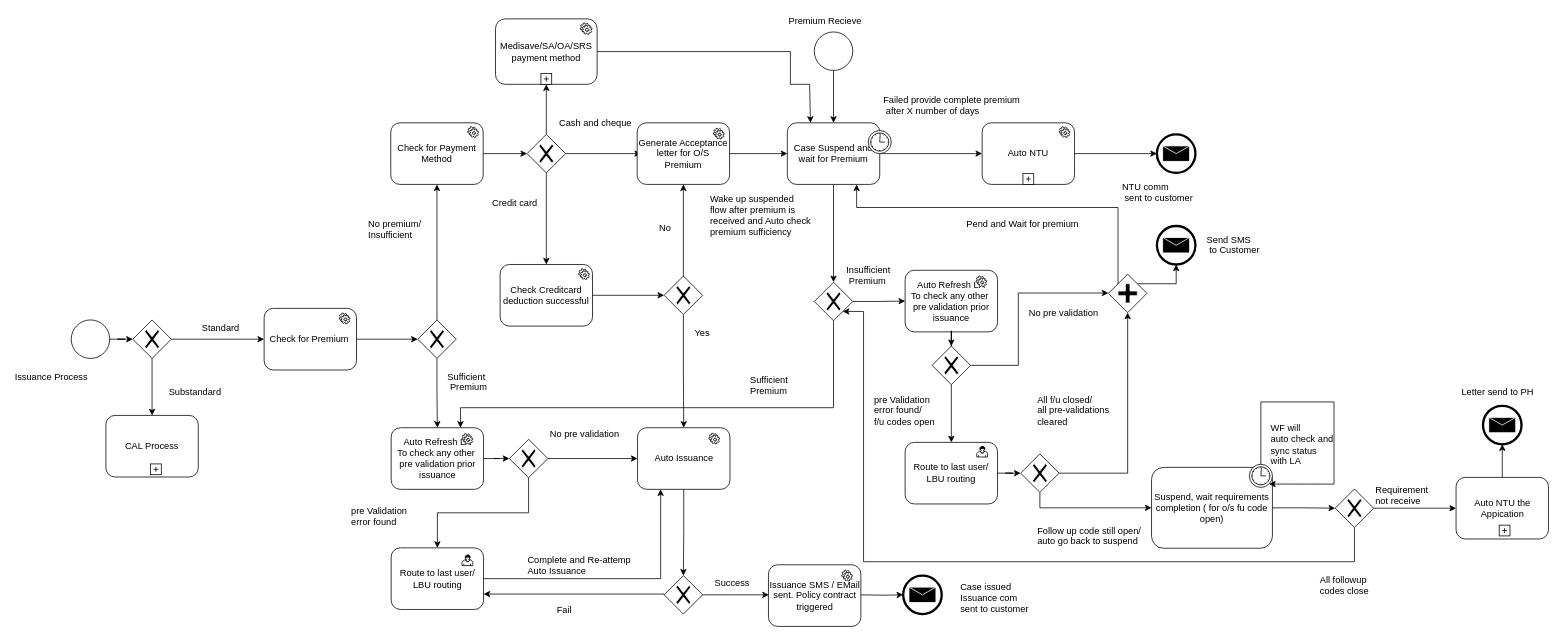
The draw.io diagram page "Issuance Process" (4 of 6) of Untitled Diagram.drawio in Jefferzonlee/WorkFlow-BPR, before the edit. Source tidied: cells renumbered, new cells numbered last; positions are measured from the earlier drawing's top-left corner, leaving out a move shared by most shapes. Both pictures are drawn from the tidied source at 77%, with x=0, y=0 at pixel (13, 13).
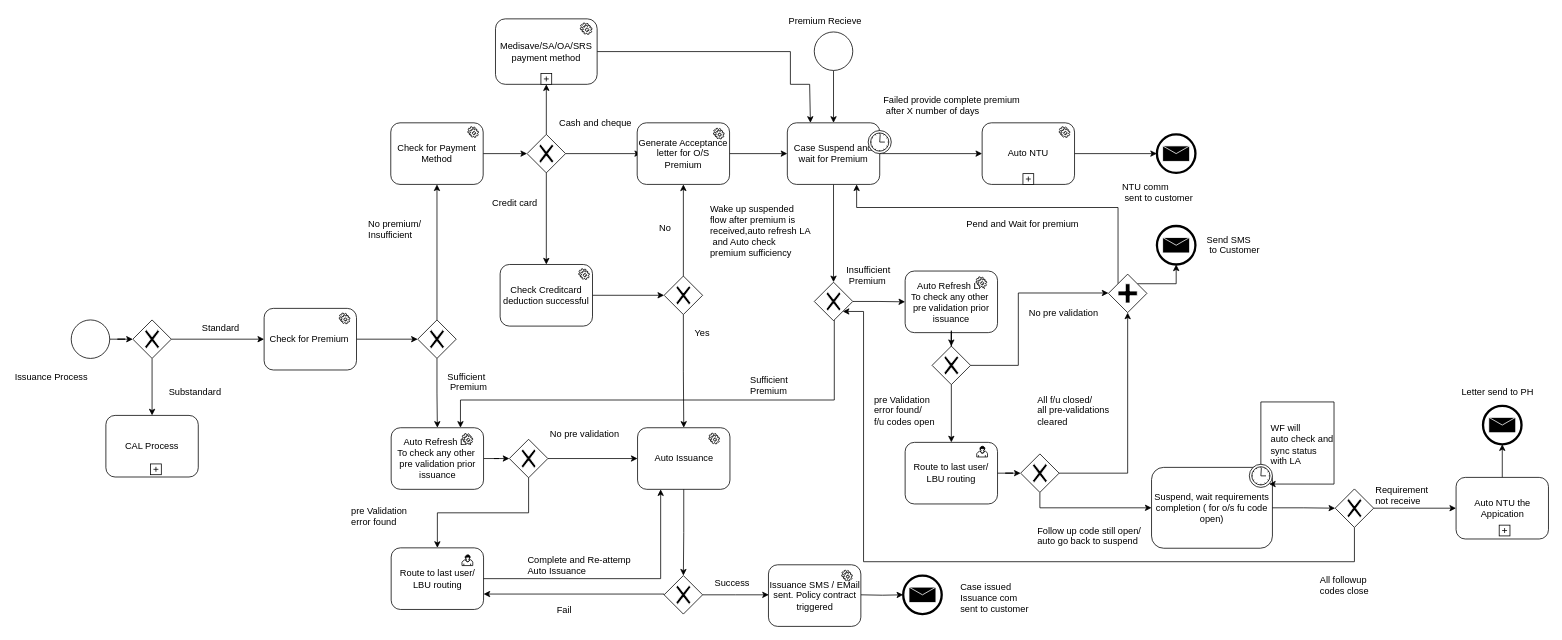
After the change.

The change refers to these unchanged cells:
```xml
<mxCell id="52" style="shape=mxgraph.bpmn.shape;html=1;verticalLabelPosition=bottom;labelBackgroundColor=#ffffff;verticalAlign=top;align=center;perimeter=rhombusPerimeter;background=gateway;outlineConnect=0;outline=none;symbol=exclusiveGw;" parent="1" vertex="1">
  <mxGeometry x="1040" y="349" width="50" height="50" as="geometry" />
</mxCell>
<mxCell id="69" value="Auto Refresh LA&lt;br&gt;To check any other&amp;nbsp; pre validation prior issuance&lt;br&gt;" style="html=1;whiteSpace=wrap;rounded=1;" parent="1" vertex="1">
  <mxGeometry x="490.5" y="538" width="120" height="80" as="geometry" />
</mxCell>
```

Diff of the diagram source:
```diff
@@
-    <mxCell id="49" value="Wake up suspended&lt;br&gt;flow after premium is &lt;br&gt;received and Auto check &lt;br&gt;premium sufficiency" style="text;html=1;align=left;verticalAlign=top;spacingTop=-4;" parent="1" vertex="1">
-      <mxGeometry x="903" y="231" width="150" height="60" as="geometry" />
+    <mxCell id="49" value="Wake up suspended&lt;br&gt;flow after premium is &lt;br&gt;received,auto refresh LA&lt;br&gt;&amp;nbsp;and Auto check &lt;br&gt;premium sufficiency" style="text;html=1;align=left;verticalAlign=top;spacingTop=-4;" parent="1" vertex="1">
+      <mxGeometry x="903" y="243.5" width="150" height="70" as="geometry" />
     </mxCell>
@@
     <mxCell id="51" style="edgeStyle=orthogonalEdgeStyle;rounded=0;jettySize=auto;html=1;entryX=0.75;entryY=0;entryDx=0;entryDy=0;" parent="1" edge="1" source="52" target="69">
       <mxGeometry relative="1" as="geometry">
         <Array as="points">
-          <mxPoint x="1065" y="512" />
-          <mxPoint x="581" y="512" />
+          <mxPoint x="1066" y="502" />
+          <mxPoint x="580" y="502" />
         </Array>
       </mxGeometry>
     </mxCell>
@@
     <mxCell id="92" value="Auto Refresh LA&lt;br&gt;To check any other&amp;nbsp; pre validation prior issuance&lt;br&gt;" style="html=1;whiteSpace=wrap;rounded=1;" parent="1" vertex="1">
-      <mxGeometry x="1158" y="333.5" width="120" height="80" as="geometry" />
+      <mxGeometry x="1158" y="334.5" width="120" height="80" as="geometry" />
     </mxCell>
```
